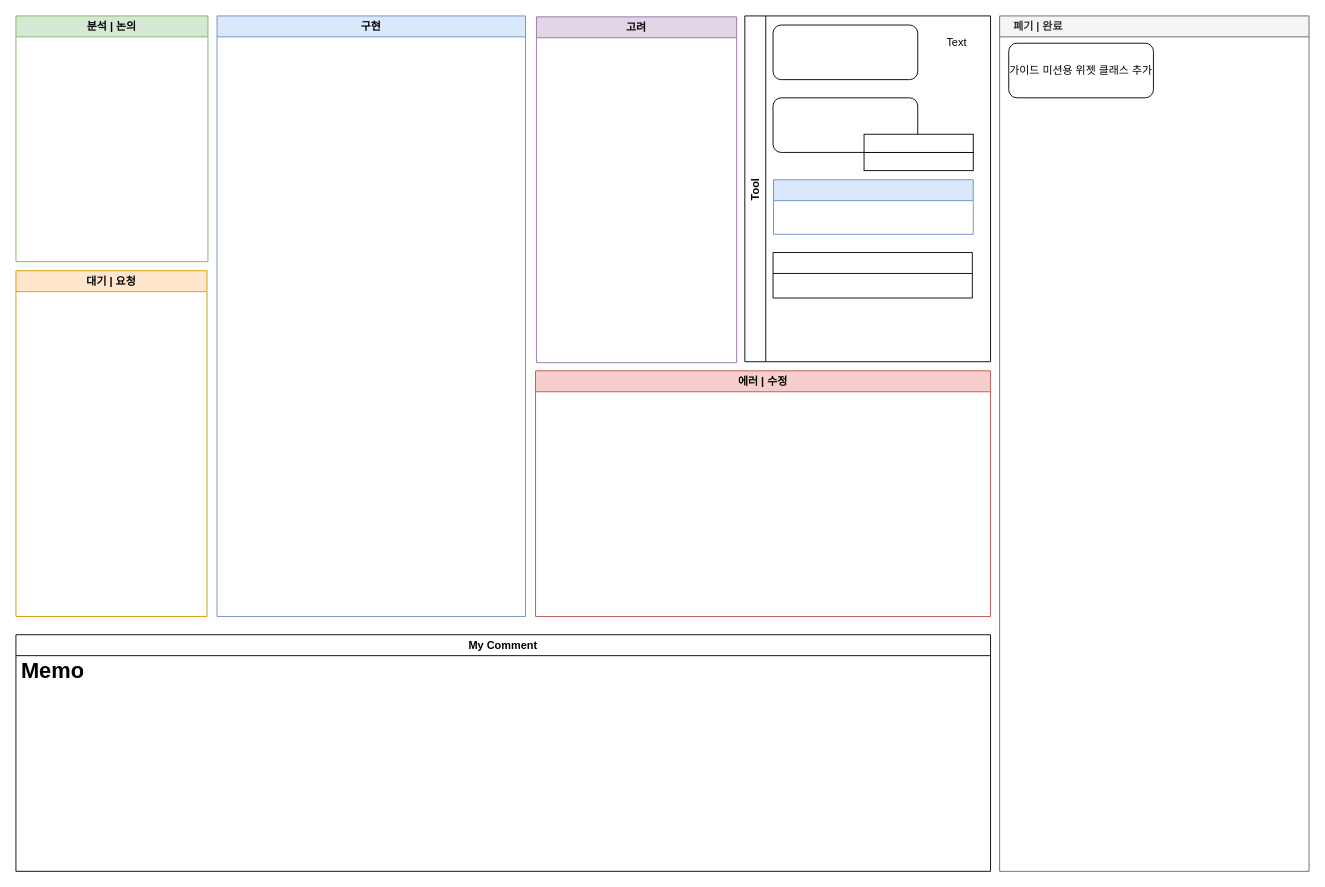
Earlier version of the draw.io diagram 가이드미션 진행상황.drawio (Endorr/Job-Board). Source tidied: cells renumbered, new cells numbered last; positions are measured from the earlier drawing's top-left corner, leaving out a move shared by most shapes. Both pictures are drawn from the tidied source at 91%, with x=0, y=0 at pixel (15, 15).
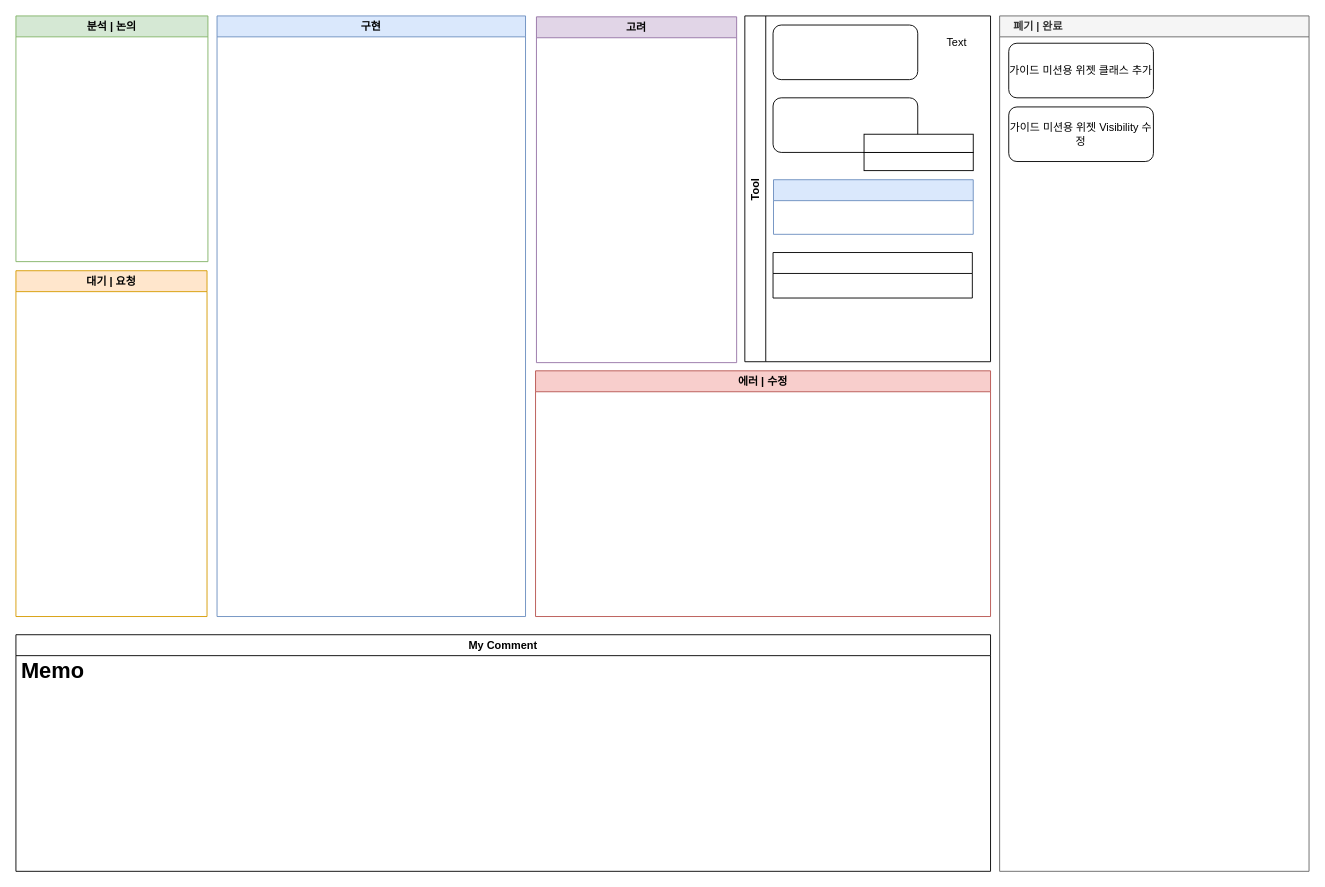
The same page after the edit.

Commit message:
Update 가이드미션 진행상황.drawio

Unchanged cells that the change refers to:
```xml
<mxCell id="7" value="    폐기 | 완료" style="swimlane;strokeColor=#666666;fillColor=#f5f5f5;fontColor=#333333;align=left;" parent="1" vertex="1">
  <mxGeometry x="1081" width="340" height="940" as="geometry" />
</mxCell>
```

What changed in the source:
```diff
@@
+    <mxCell id="20" value="가이드 미션용 위젯 Visibility 수정" style="rounded=1;whiteSpace=wrap;html=1;" parent="7" vertex="1">
+      <mxGeometry x="10" y="100" width="159" height="60" as="geometry" />
+    </mxCell>
```
